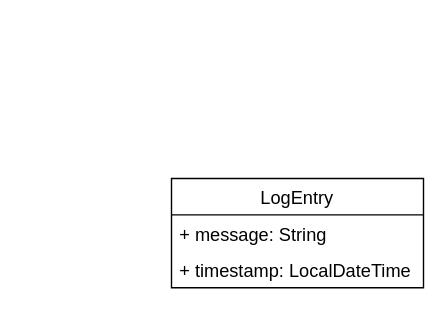
The draw.io diagram page "Log" (4 of 4) of ERDiagramme.drawio in Celthrimon/projekt-dke, before the edit. Source tidied: cells renumbered, new cells numbered last; positions are measured from the earlier drawing's top-left corner, leaving out a move shared by most shapes. Both pictures are drawn from the tidied source at 140%, with x=0, y=0 at pixel (171, 178).
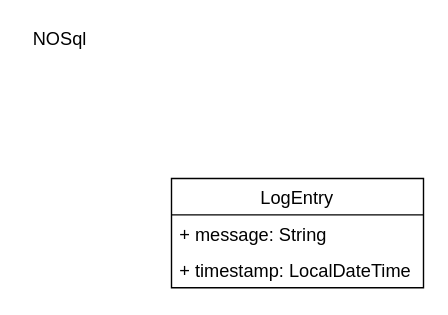
The same diagram, later.

Change to the diagram source:
```diff
@@
 <mxGraphModel>
   <root>
     <mxCell id="0" />
     <mxCell id="1" parent="0" />
     <mxCell id="2" value="LogEntry" style="swimlane;fontStyle=0;horizontal=1;startSize=26;fillColor=none;fontSize=13;" parent="1" vertex="1">
       <mxGeometry width="180" height="78" as="geometry" />
     </mxCell>
     <mxCell id="3" value="+ message: String" style="text;strokeColor=none;fillColor=none;align=left;verticalAlign=top;spacingLeft=4;spacingRight=4;overflow=hidden;fontSize=13;" parent="2" vertex="1">
       <mxGeometry y="26" width="180" height="26" as="geometry" />
     </mxCell>
     <mxCell id="4" value="+ timestamp: LocalDateTime" style="text;strokeColor=none;fillColor=none;align=left;verticalAlign=top;spacingLeft=4;spacingRight=4;overflow=hidden;fontSize=13;" parent="2" vertex="1">
       <mxGeometry y="52" width="180" height="26" as="geometry" />
     </mxCell>
+    <mxCell id="5" value="NOSql" style="text;html=1;align=center;verticalAlign=middle;strokeColor=none;fillColor=none;fontSize=13;" parent="1" vertex="1">
+      <mxGeometry x="-105" y="-110" width="50" height="20" as="geometry" />
+    </mxCell>
   </root>
 </mxGraphModel>
```
